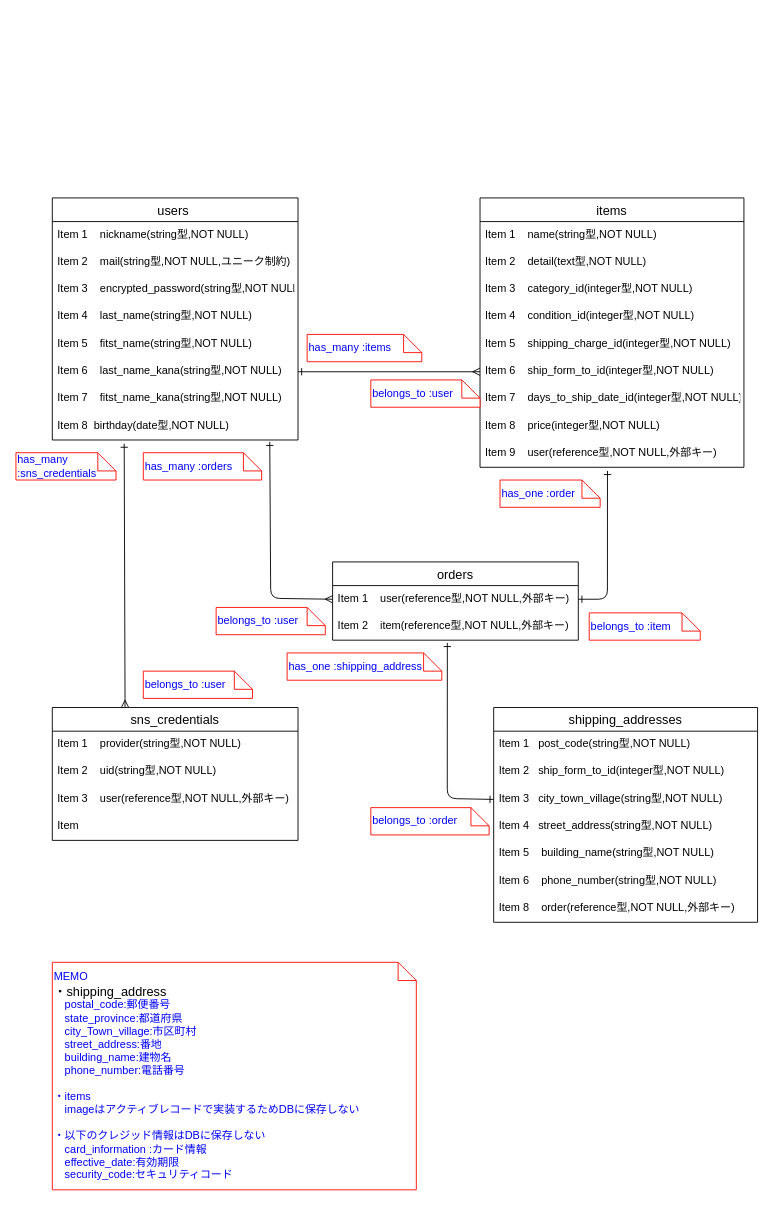
Above: db/ER.dio in miracletea/furima-39667 (draw.io), before the change. Source tidied: cells renumbered, new cells numbered last; positions are measured from the earlier drawing's top-left corner, leaving out a move shared by most shapes. Both pictures are drawn from the tidied source at 91%, with x=0, y=0 at pixel (15, 197).
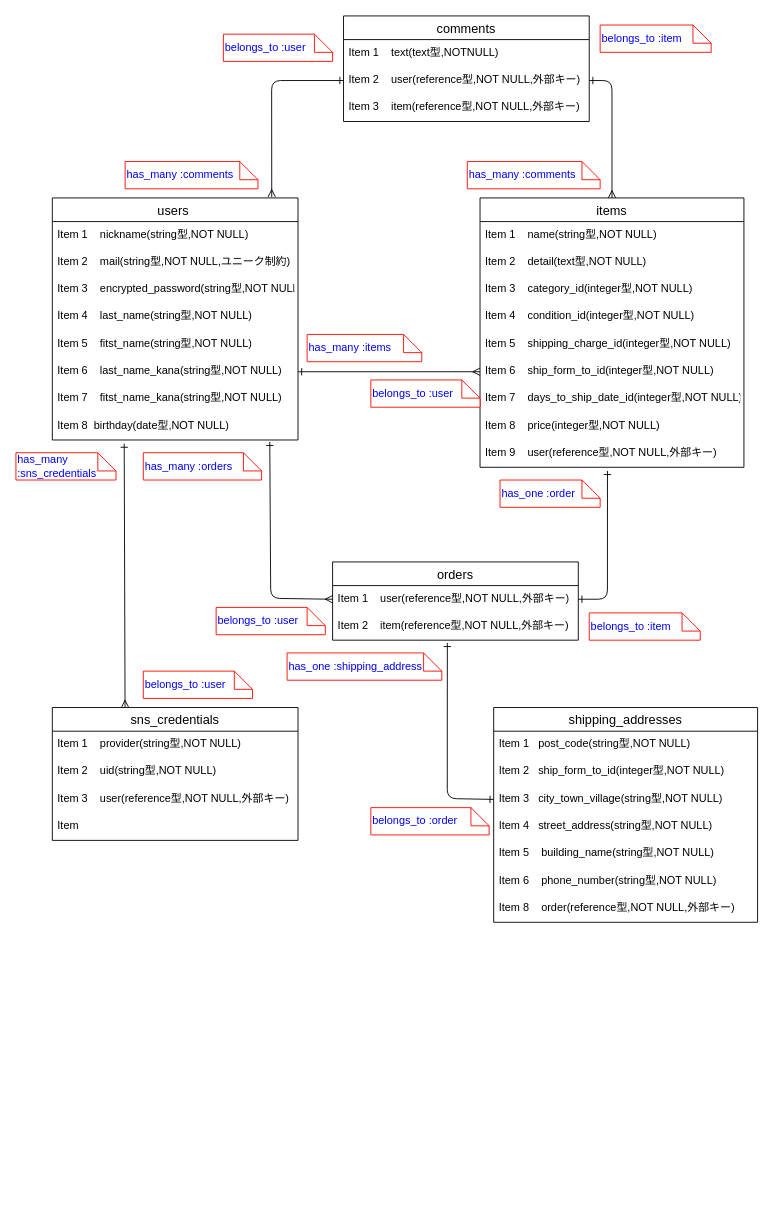
The same page after the edit.

Commit message (it also covers changes not shown here):
ER図、Readmeの修正

Unchanged cells that the change refers to:
```xml
<mxCell id="2" value="users " style="swimlane;fontStyle=0;horizontal=1;startSize=26;align=center;fontSize=14;" parent="1" vertex="1">
  <mxGeometry x="40" width="270" height="266" as="geometry" />
</mxCell>
<mxCell id="11" value="items" style="swimlane;fontStyle=0;horizontal=1;startSize=26;align=center;fontSize=14;" parent="1" vertex="1">
  <mxGeometry x="510" width="290" height="296" as="geometry" />
</mxCell>
```

The edit, as a diff of the source:
```diff
@@
-    <mxCell id="24" value="&lt;font color=&quot;#0000ff&quot;&gt;MEMO&lt;br&gt;&lt;/font&gt;&lt;span style=&quot;font-size: 14px; text-align: center;&quot;&gt;・shipping_address&lt;/span&gt;&lt;font color=&quot;#0000ff&quot;&gt;&lt;br&gt;&lt;/font&gt;&lt;div style=&quot;border-color: var(--border-color);&quot;&gt;&lt;font style=&quot;border-color: var(--border-color);&quot; color=&quot;#0000ff&quot;&gt;　postal_code:郵便番号&lt;/font&gt;&lt;/div&gt;&lt;div style=&quot;border-color: var(--border-color);&quot;&gt;&lt;font style=&quot;border-color: var(--border-color);&quot; color=&quot;#0000ff&quot;&gt;　state_province:都道府県&lt;/font&gt;&lt;/div&gt;&lt;div style=&quot;border-color: var(--border-color);&quot;&gt;&lt;font style=&quot;border-color: var(--border-color);&quot; color=&quot;#0000ff&quot;&gt;　city_Town_village:市区町村&lt;/font&gt;&lt;/div&gt;&lt;div style=&quot;border-color: var(--border-color);&quot;&gt;&lt;font style=&quot;border-color: var(--border-color);&quot; color=&quot;#0000ff&quot;&gt;　street_address:番地&lt;/font&gt;&lt;/div&gt;&lt;div style=&quot;border-color: var(--border-color);&quot;&gt;&lt;font style=&quot;border-color: var(--border-color);&quot; color=&quot;#0000ff&quot;&gt;　building_name:建物名&lt;/font&gt;&lt;/div&gt;&lt;div style=&quot;border-color: var(--border-color);&quot;&gt;&lt;font style=&quot;border-color: var(--border-color);&quot; color=&quot;#0000ff&quot;&gt;　phone_number:電話番号&lt;/font&gt;&lt;/div&gt;&lt;font color=&quot;#0000ff&quot;&gt;&lt;br&gt;・items&lt;br&gt;&lt;/font&gt;&lt;span style=&quot;&quot;&gt;&lt;font color=&quot;#0000ff&quot;&gt;　imageはアクティブレコードで実装するためDBに保存しない&lt;br&gt;&lt;/font&gt;&lt;/span&gt;&lt;font color=&quot;#0000ff&quot;&gt;&lt;br&gt;&lt;span style=&quot;&quot;&gt;・以下のクレジッド情報はDBに保存しない&lt;br&gt;　card_information :カード情報&lt;/span&gt;&lt;span style=&quot;&quot;&gt;&lt;br&gt;　effective_date&lt;/span&gt;:有効期限&lt;br&gt;&lt;span style=&quot;&quot;&gt;　security_code:セキュリティコード&lt;br&gt;&lt;/span&gt;&lt;/font&gt;" style="shape=note;size=20;whiteSpace=wrap;html=1;align=left;strokeColor=#FF0B03;" parent="1" vertex="1">
-      <mxGeometry x="40" y="840" width="400" height="250" as="geometry" />
-    </mxCell>
@@
+    <mxCell id="53" value="comments" style="swimlane;fontStyle=0;horizontal=1;startSize=26;align=center;fontSize=14;" parent="1" vertex="1">
+      <mxGeometry x="360" y="-200" width="270" height="116" as="geometry" />
+    </mxCell>
+    <mxCell id="54" value="Item 1    text(text型,NOTNULL)" style="text;strokeColor=none;fillColor=none;spacingLeft=4;spacingRight=4;overflow=hidden;fontSize=12;" parent="53" vertex="1">
+      <mxGeometry y="26" width="270" height="30" as="geometry" />
+    </mxCell>
+    <mxCell id="55" value="Item 2    user(reference型,NOT NULL,外部キー)" style="text;strokeColor=none;fillColor=none;spacingLeft=4;spacingRight=4;overflow=hidden;points=[[0,0.5],[1,0.5]];portConstraint=eastwest;fontSize=12;" parent="53" vertex="1">
+      <mxGeometry y="56" width="270" height="30" as="geometry" />
+    </mxCell>
+    <mxCell id="56" value="Item 3    item(reference型,NOT NULL,外部キー)" style="text;strokeColor=none;fillColor=none;spacingLeft=4;spacingRight=4;overflow=hidden;fontSize=12;" parent="53" vertex="1">
+      <mxGeometry y="86" width="270" height="30" as="geometry" />
+    </mxCell>
+    <mxCell id="57" style="edgeStyle=none;html=1;exitX=1;exitY=0.5;exitDx=0;exitDy=0;entryX=0.5;entryY=0;entryDx=0;entryDy=0;endArrow=ERmany;endFill=0;startArrow=ERone;startFill=0;" parent="1" edge="1" source="55" target="11">
+      <mxGeometry relative="1" as="geometry">
+        <Array as="points">
+          <mxPoint x="655" y="-129" />
+        </Array>
+      </mxGeometry>
+    </mxCell>
+    <mxCell id="58" style="edgeStyle=none;html=1;exitX=0;exitY=0.5;exitDx=0;exitDy=0;entryX=0.893;entryY=-0.004;entryDx=0;entryDy=0;entryPerimeter=0;endArrow=ERmany;endFill=0;startArrow=ERone;startFill=0;" parent="1" edge="1" source="55" target="2">
+      <mxGeometry relative="1" as="geometry">
+        <Array as="points">
+          <mxPoint x="281" y="-129" />
+        </Array>
+      </mxGeometry>
+    </mxCell>
+    <mxCell id="59" value="has_many :comments" style="shape=note;size=20;whiteSpace=wrap;html=1;align=left;strokeColor=#FF0B03;fontColor=#0000FF;" parent="1" vertex="1">
+      <mxGeometry x="120" y="-40" width="146" height="30" as="geometry" />
+    </mxCell>
+    <mxCell id="60" value="has_many :comments" style="shape=note;size=20;whiteSpace=wrap;html=1;align=left;strokeColor=#FF0B03;fontColor=#0000FF;" parent="1" vertex="1">
+      <mxGeometry x="496" y="-40" width="146" height="30" as="geometry" />
+    </mxCell>
+    <mxCell id="61" value="belongs_to :user" style="shape=note;size=20;whiteSpace=wrap;html=1;align=left;strokeColor=#FF0B03;fontColor=#0000FF;" parent="1" vertex="1">
+      <mxGeometry x="228" y="-180" width="120" height="30" as="geometry" />
+    </mxCell>
+    <mxCell id="62" value="belongs_to :item" style="shape=note;size=20;whiteSpace=wrap;html=1;align=left;strokeColor=#FF0B03;fontColor=#0000FF;" parent="1" vertex="1">
+      <mxGeometry x="642" y="-190" width="122" height="30" as="geometry" />
+    </mxCell>
```
